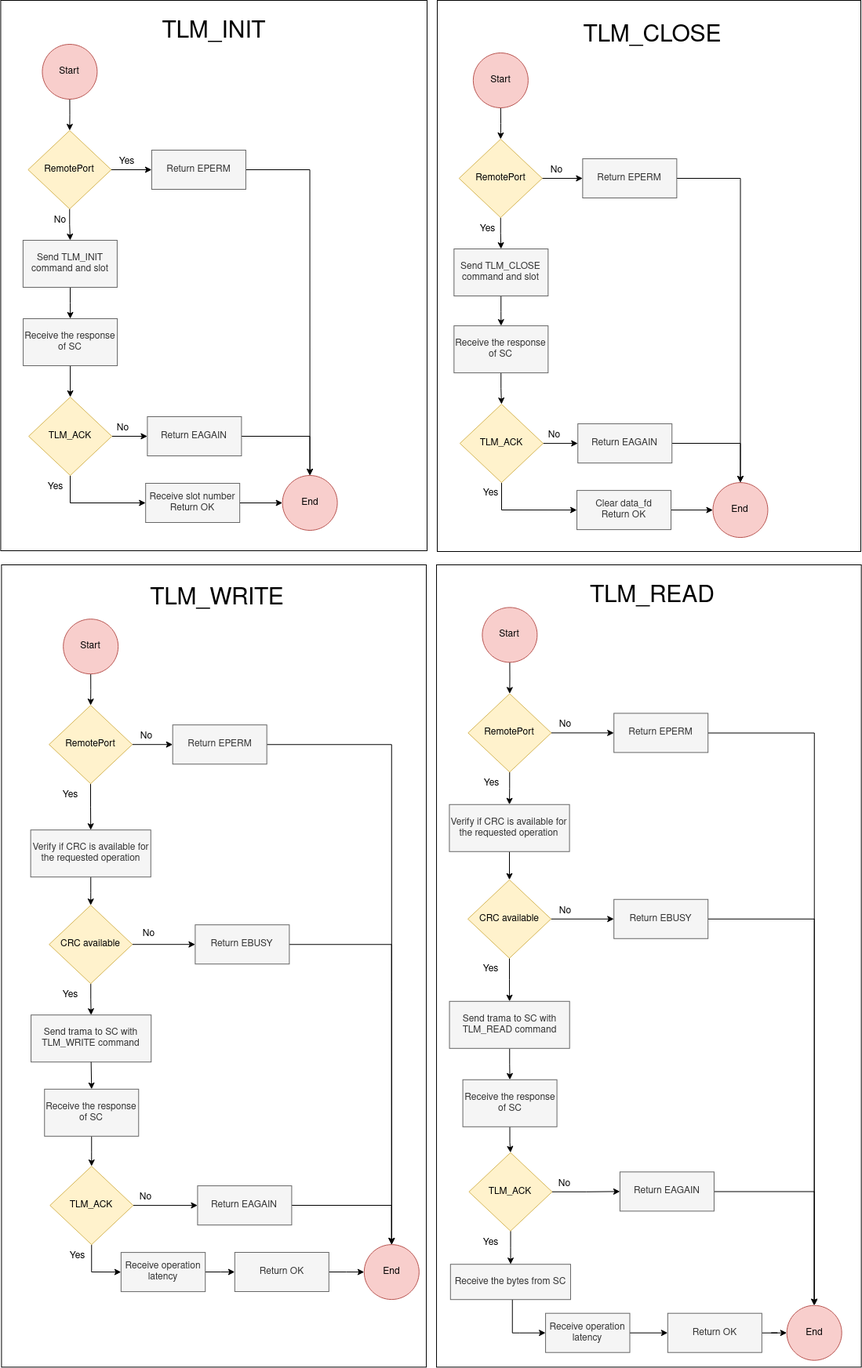
The draw.io diagram Images/TLMWrapper_Gem5.png in HugoRibeiro-A88287-UM/MasterThesis, before a commit. Source tidied: cells renumbered, new cells last; positions are measured from the earlier drawing's top-left corner, leaving out a move shared by most shapes.
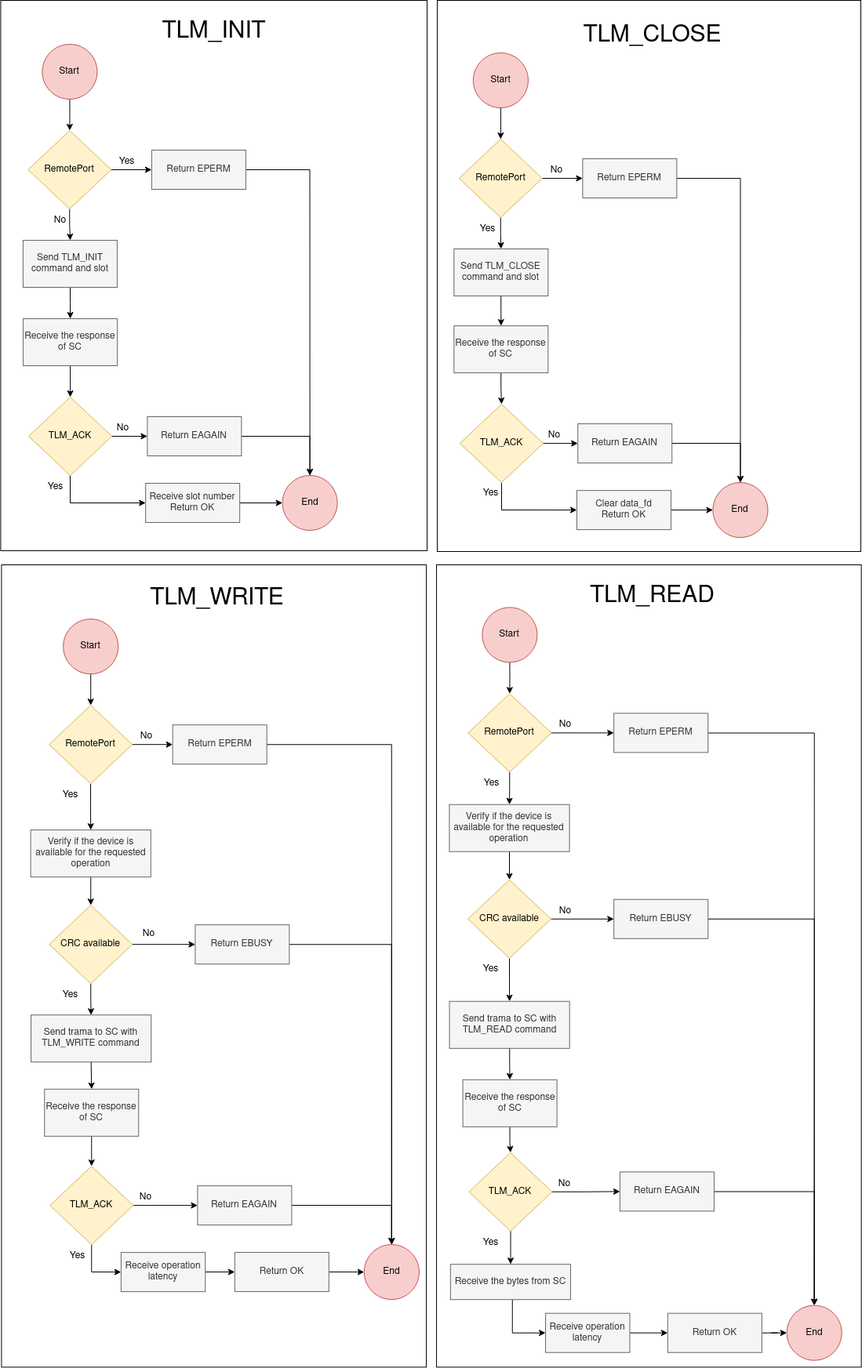
The same file after the commit.

Change to the diagram source:
```diff
@@ -337,7 +337,7 @@
     <mxCell id="107" style="edgeStyle=orthogonalEdgeStyle;rounded=0;jettySize=auto;html=1;entryX=0.5;entryY=0;entryDx=0;entryDy=0;" parent="1" edge="1" source="108" target="106">
       <mxGeometry relative="1" as="geometry" />
     </mxCell>
-    <mxCell id="108" value="Verify if CRC is available for the requested operation" style="rounded=0;whiteSpace=wrap;html=1;fillColor=#f5f5f5;strokeColor=#666666;fontColor=#333333;" parent="1" vertex="1">
+    <mxCell id="108" value="Verify if the device is available for the requested operation" style="rounded=0;whiteSpace=wrap;html=1;fillColor=#f5f5f5;strokeColor=#666666;fontColor=#333333;" parent="1" vertex="1">
       <mxGeometry x="38.6" y="1058.2" width="153.2" height="60" as="geometry" />
     </mxCell>
     <mxCell id="109" style="edgeStyle=orthogonalEdgeStyle;rounded=0;jettySize=auto;html=1;entryX=0.5;entryY=0;entryDx=0;entryDy=0;" parent="1" edge="1" source="110" target="69">
@@ -364,7 +364,7 @@
     <mxCell id="116" style="edgeStyle=orthogonalEdgeStyle;rounded=0;jettySize=auto;html=1;entryX=0.5;entryY=0;entryDx=0;entryDy=0;" parent="1" edge="1" source="117" target="115">
       <mxGeometry relative="1" as="geometry" />
     </mxCell>
-    <mxCell id="117" value="Verify if CRC is available for the requested operation" style="rounded=0;whiteSpace=wrap;html=1;fillColor=#f5f5f5;strokeColor=#666666;fontColor=#333333;" parent="1" vertex="1">
+    <mxCell id="117" value="Verify if&amp;nbsp;the device is available for the requested operation" style="rounded=0;whiteSpace=wrap;html=1;fillColor=#f5f5f5;strokeColor=#666666;fontColor=#333333;" parent="1" vertex="1">
       <mxGeometry x="572.4" y="1025.8" width="153.2" height="60" as="geometry" />
     </mxCell>
     <mxCell id="118" style="edgeStyle=orthogonalEdgeStyle;rounded=0;jettySize=auto;html=1;entryX=0.5;entryY=0;entryDx=0;entryDy=0;" parent="1" edge="1" source="119" target="93">
```
